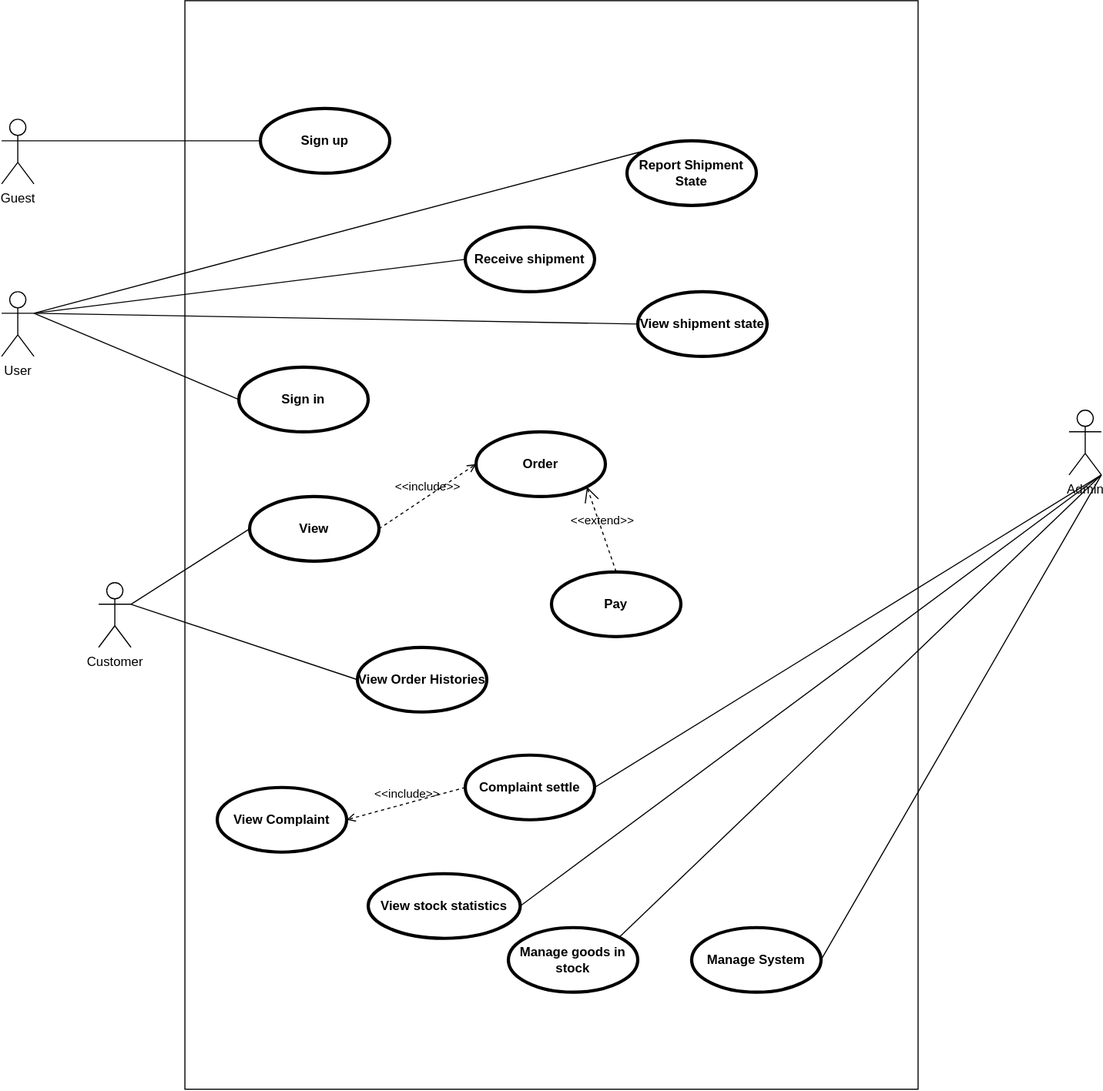
This is System_Design/UseCase/UseCase_DR.svg from giakhangnguyenlam/WebsiteTangQua, a draw.io export, as it was before one commit. Source tidied: cells renumbered, new cells last; positions are measured from the earlier drawing's top-left corner, leaving out a move shared by most shapes.
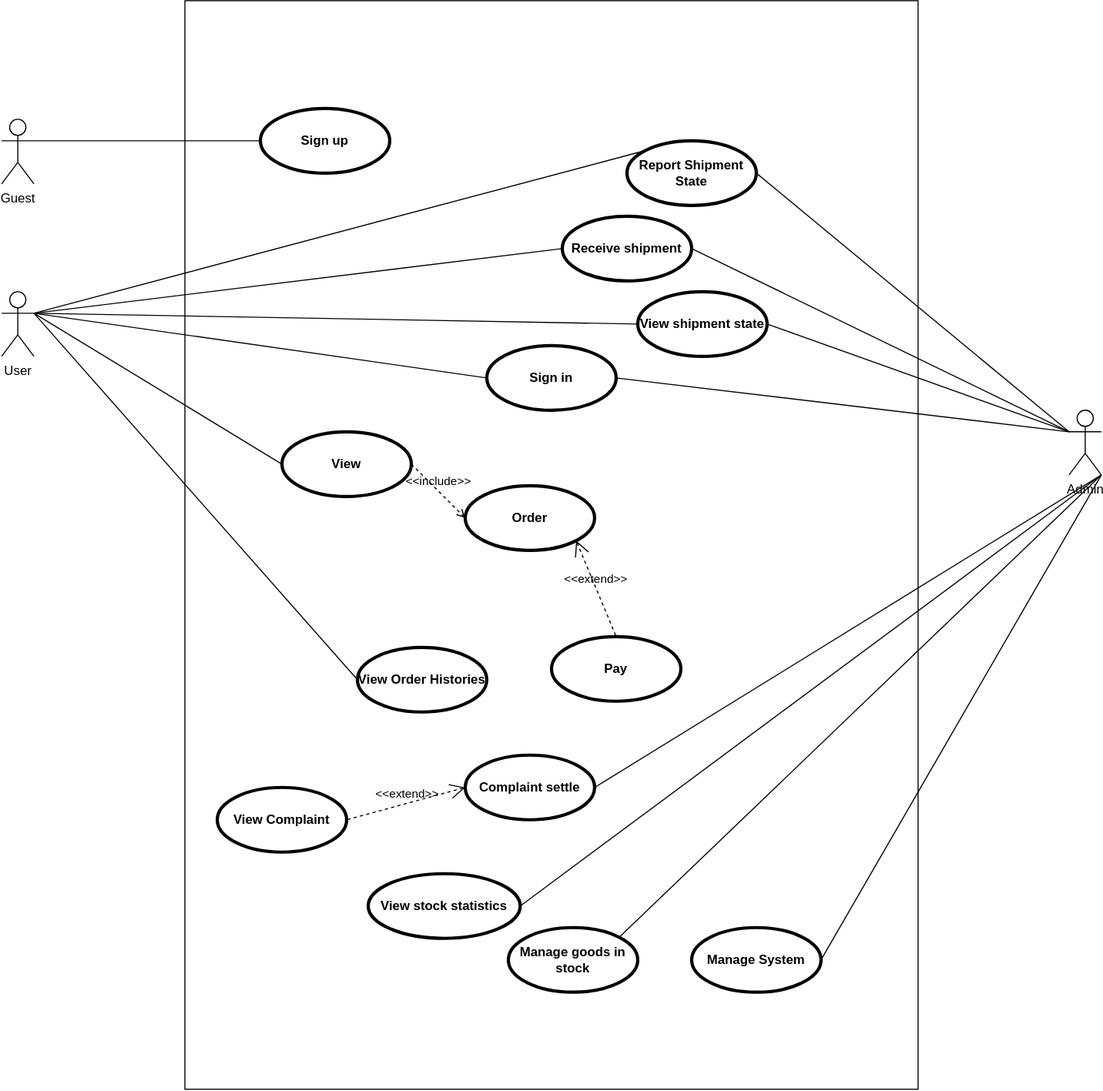
The same file after the commit.

The edit, as a diff of the source:
```diff
@@ -6,19 +6,19 @@
       <mxGeometry x="170" width="680" height="1010" as="geometry" />
     </mxCell>
     <mxCell id="3" value="View" style="shape=ellipse;html=1;strokeWidth=3;fontStyle=1;whiteSpace=wrap;align=center;perimeter=ellipsePerimeter;" parent="1" vertex="1">
-      <mxGeometry x="230" y="460" width="120" height="60" as="geometry" />
+      <mxGeometry x="260" y="400" width="120" height="60" as="geometry" />
     </mxCell>
     <mxCell id="4" value="Order" style="shape=ellipse;html=1;strokeWidth=3;fontStyle=1;whiteSpace=wrap;align=center;perimeter=ellipsePerimeter;" parent="1" vertex="1">
-      <mxGeometry x="440" y="400" width="120" height="60" as="geometry" />
+      <mxGeometry x="430" y="450" width="120" height="60" as="geometry" />
     </mxCell>
     <mxCell id="5" value="Sign up" style="shape=ellipse;html=1;strokeWidth=3;fontStyle=1;whiteSpace=wrap;align=center;perimeter=ellipsePerimeter;" parent="1" vertex="1">
       <mxGeometry x="240" y="100" width="120" height="60" as="geometry" />
     </mxCell>
     <mxCell id="6" value="Sign in" style="shape=ellipse;html=1;strokeWidth=3;fontStyle=1;whiteSpace=wrap;align=center;perimeter=ellipsePerimeter;" parent="1" vertex="1">
-      <mxGeometry x="220" y="340" width="120" height="60" as="geometry" />
+      <mxGeometry x="450" y="320" width="120" height="60" as="geometry" />
     </mxCell>
     <mxCell id="7" value="Pay" style="shape=ellipse;html=1;strokeWidth=3;fontStyle=1;whiteSpace=wrap;align=center;perimeter=ellipsePerimeter;" parent="1" vertex="1">
-      <mxGeometry x="510" y="530" width="120" height="60" as="geometry" />
+      <mxGeometry x="510" y="590" width="120" height="60" as="geometry" />
     </mxCell>
     <mxCell id="8" value="Complaint settle" style="shape=ellipse;html=1;strokeWidth=3;fontStyle=1;whiteSpace=wrap;align=center;perimeter=ellipsePerimeter;" parent="1" vertex="1">
       <mxGeometry x="430" y="700" width="120" height="60" as="geometry" />
@@ -39,7 +39,7 @@
       <mxGeometry x="640" y="860" width="120" height="60" as="geometry" />
     </mxCell>
     <mxCell id="14" value="Receive shipment" style="shape=ellipse;html=1;strokeWidth=3;fontStyle=1;whiteSpace=wrap;align=center;perimeter=ellipsePerimeter;" parent="1" vertex="1">
-      <mxGeometry x="430" y="210" width="120" height="60" as="geometry" />
+      <mxGeometry x="520" y="200" width="120" height="60" as="geometry" />
     </mxCell>
     <mxCell id="15" value="View Complaint" style="shape=ellipse;html=1;strokeWidth=3;fontStyle=1;whiteSpace=wrap;align=center;perimeter=ellipsePerimeter;" parent="1" vertex="1">
       <mxGeometry x="200" y="730" width="120" height="60" as="geometry" />
@@ -47,16 +47,13 @@
     <mxCell id="16" value="Report Shipment State" style="shape=ellipse;html=1;strokeWidth=3;fontStyle=1;whiteSpace=wrap;align=center;perimeter=ellipsePerimeter;" parent="1" vertex="1">
       <mxGeometry x="580" y="130" width="120" height="60" as="geometry" />
     </mxCell>
-    <mxCell id="17" value="Customer" style="shape=umlActor;html=1;verticalLabelPosition=bottom;verticalAlign=top;align=center;" parent="1" vertex="1">
-      <mxGeometry x="90" y="540" width="30" height="60" as="geometry" />
-    </mxCell>
     <mxCell id="18" value="Admin" style="shape=umlActor;html=1;verticalLabelPosition=bottom;verticalAlign=top;align=center;" parent="1" vertex="1">
       <mxGeometry x="990" y="380" width="30" height="60" as="geometry" />
     </mxCell>
     <mxCell id="19" value="User" style="shape=umlActor;html=1;verticalLabelPosition=bottom;verticalAlign=top;align=center;" parent="1" vertex="1">
       <mxGeometry y="270" width="30" height="60" as="geometry" />
     </mxCell>
-    <mxCell id="20" style="edgeStyle=none;html=1;endArrow=none;verticalAlign=bottom;exitX=1;exitY=0.3333333333333333;exitDx=0;exitDy=0;exitPerimeter=0;entryX=0;entryY=0.5;entryDx=0;entryDy=0;" parent="1" edge="1" source="17" target="3">
+    <mxCell id="20" style="edgeStyle=none;html=1;endArrow=none;verticalAlign=bottom;exitX=1;exitY=0.3333333333333333;exitDx=0;exitDy=0;exitPerimeter=0;entryX=0;entryY=0.5;entryDx=0;entryDy=0;" parent="1" edge="1" source="19" target="3">
       <mxGeometry relative="1" as="geometry" />
     </mxCell>
     <mxCell id="21" style="edgeStyle=none;html=1;endArrow=none;verticalAlign=bottom;exitX=1;exitY=0.3333333333333333;exitDx=0;exitDy=0;exitPerimeter=0;entryX=0;entryY=0.5;entryDx=0;entryDy=0;" parent="1" edge="1" source="19" target="6">
@@ -65,7 +62,7 @@
     <mxCell id="22" style="edgeStyle=none;html=1;endArrow=none;verticalAlign=bottom;exitX=1;exitY=0.3333333333333333;exitDx=0;exitDy=0;exitPerimeter=0;entryX=0;entryY=0.5;entryDx=0;entryDy=0;" parent="1" edge="1" source="19" target="10">
       <mxGeometry relative="1" as="geometry" />
     </mxCell>
-    <mxCell id="23" style="edgeStyle=none;html=1;endArrow=none;verticalAlign=bottom;exitX=1;exitY=0.3333333333333333;exitDx=0;exitDy=0;exitPerimeter=0;entryX=0;entryY=0.5;entryDx=0;entryDy=0;" parent="1" edge="1" source="17" target="9">
+    <mxCell id="23" style="edgeStyle=none;html=1;endArrow=none;verticalAlign=bottom;exitX=1;exitY=0.3333333333333333;exitDx=0;exitDy=0;exitPerimeter=0;entryX=0;entryY=0.5;entryDx=0;entryDy=0;" parent="1" edge="1" source="19" target="9">
       <mxGeometry relative="1" as="geometry" />
     </mxCell>
     <mxCell id="24" style="edgeStyle=none;html=1;endArrow=none;verticalAlign=bottom;exitX=1;exitY=1;exitDx=0;exitDy=0;exitPerimeter=0;entryX=1;entryY=0.5;entryDx=0;entryDy=0;" parent="1" edge="1" source="18" target="11">
@@ -83,9 +80,6 @@
     <mxCell id="28" style="edgeStyle=none;html=1;endArrow=none;verticalAlign=bottom;exitX=1;exitY=1;exitDx=0;exitDy=0;exitPerimeter=0;entryX=1;entryY=0.5;entryDx=0;entryDy=0;" parent="1" edge="1" source="18" target="8">
       <mxGeometry relative="1" as="geometry" />
     </mxCell>
-    <mxCell id="29" value="&amp;lt;&amp;lt;include&amp;gt;&amp;gt;" style="edgeStyle=none;html=1;endArrow=open;verticalAlign=bottom;dashed=1;labelBackgroundColor=none;exitX=0;exitY=0.5;exitDx=0;exitDy=0;entryX=1;entryY=0.5;entryDx=0;entryDy=0;" parent="1" edge="1" source="8" target="15">
-      <mxGeometry relative="1" as="geometry" />
-    </mxCell>
     <mxCell id="30" style="edgeStyle=none;html=1;endArrow=none;verticalAlign=bottom;exitX=1;exitY=1;exitDx=0;exitDy=0;exitPerimeter=0;entryX=1;entryY=0.5;entryDx=0;entryDy=0;" parent="1" edge="1" source="18" target="13">
       <mxGeometry relative="1" as="geometry" />
     </mxCell>
@@ -101,5 +95,20 @@
     <mxCell id="34" value="&amp;lt;&amp;lt;extend&amp;gt;&amp;gt;" style="edgeStyle=none;html=1;startArrow=open;endArrow=none;startSize=12;verticalAlign=bottom;dashed=1;labelBackgroundColor=none;exitX=1;exitY=1;exitDx=0;exitDy=0;entryX=0.5;entryY=0;entryDx=0;entryDy=0;" parent="1" edge="1" source="4" target="7">
       <mxGeometry relative="1" as="geometry" />
     </mxCell>
+    <mxCell id="35" style="edgeStyle=none;html=1;endArrow=none;verticalAlign=bottom;exitX=1;exitY=0.5;exitDx=0;exitDy=0;entryX=0;entryY=0.3333333333333333;entryDx=0;entryDy=0;entryPerimeter=0;" parent="1" edge="1" source="6" target="18">
+      <mxGeometry relative="1" as="geometry" />
+    </mxCell>
+    <mxCell id="36" style="edgeStyle=none;html=1;endArrow=none;verticalAlign=bottom;exitX=1;exitY=0.5;exitDx=0;exitDy=0;entryX=0;entryY=0.3333333333333333;entryDx=0;entryDy=0;entryPerimeter=0;" parent="1" edge="1" source="10" target="18">
+      <mxGeometry relative="1" as="geometry" />
+    </mxCell>
+    <mxCell id="37" style="edgeStyle=none;html=1;endArrow=none;verticalAlign=bottom;exitX=1;exitY=0.5;exitDx=0;exitDy=0;entryX=0;entryY=0.3333333333333333;entryDx=0;entryDy=0;entryPerimeter=0;" parent="1" edge="1" source="14" target="18">
+      <mxGeometry relative="1" as="geometry" />
+    </mxCell>
+    <mxCell id="38" style="edgeStyle=none;html=1;endArrow=none;verticalAlign=bottom;exitX=1;exitY=0.5;exitDx=0;exitDy=0;entryX=0;entryY=0.3333333333333333;entryDx=0;entryDy=0;entryPerimeter=0;" parent="1" edge="1" source="16" target="18">
+      <mxGeometry relative="1" as="geometry" />
+    </mxCell>
+    <mxCell id="29" value="&amp;lt;&amp;lt;extend&amp;gt;&amp;gt;" style="edgeStyle=none;html=1;startArrow=open;endArrow=none;startSize=12;verticalAlign=bottom;dashed=1;labelBackgroundColor=none;exitX=0;exitY=0.5;exitDx=0;exitDy=0;entryX=1;entryY=0.5;entryDx=0;entryDy=0;" parent="1" edge="1" source="8" target="15">
+      <mxGeometry relative="1" as="geometry" />
+    </mxCell>
   </root>
 </mxGraphModel>
```
